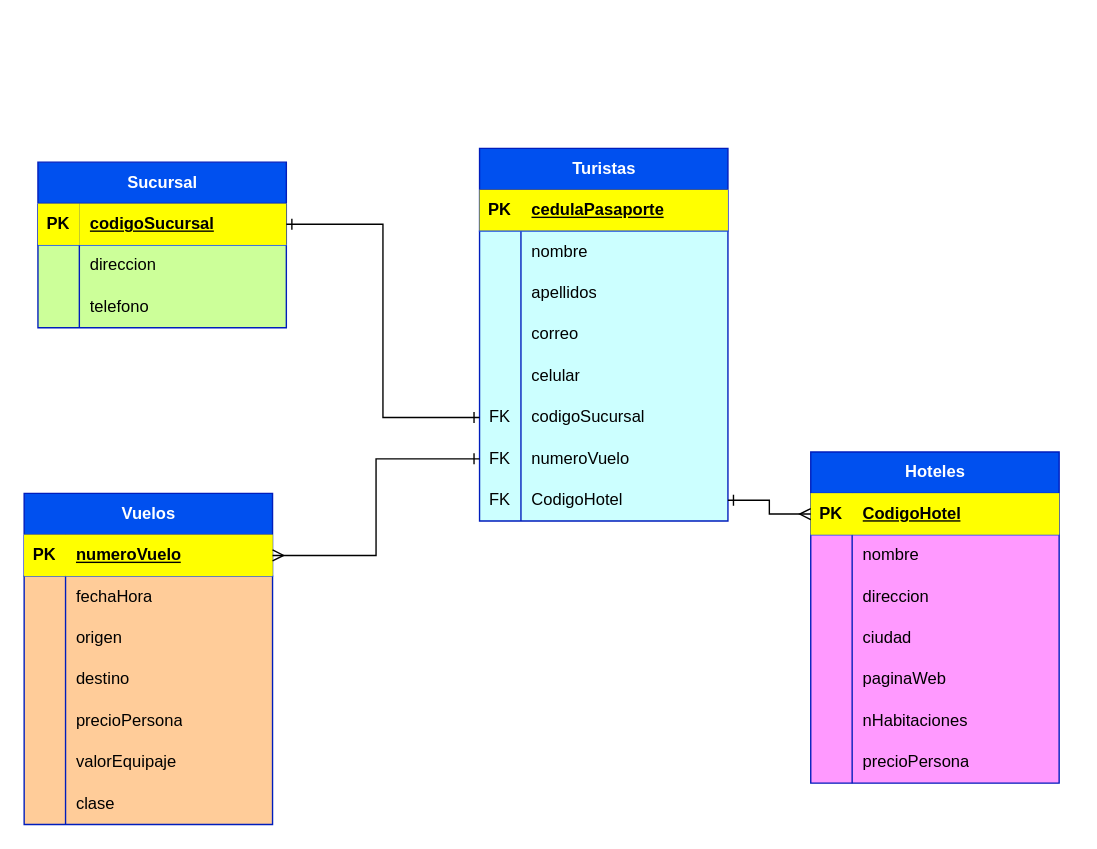
This is Procedimiento de almacenamiento/AgenciaViajes/Diagrama/Cordoba_Agualimpia_Obed_Agencia.drawio from Creator125/Practicas-BD-Cesde, a draw.io file, before an edit. Source tidied: cells renumbered, new cells numbered last; positions are measured from the earlier drawing's top-left corner, leaving out a move shared by most shapes. Both pictures are drawn from the tidied source at 138%, with x=0, y=0 at pixel (23, 148).
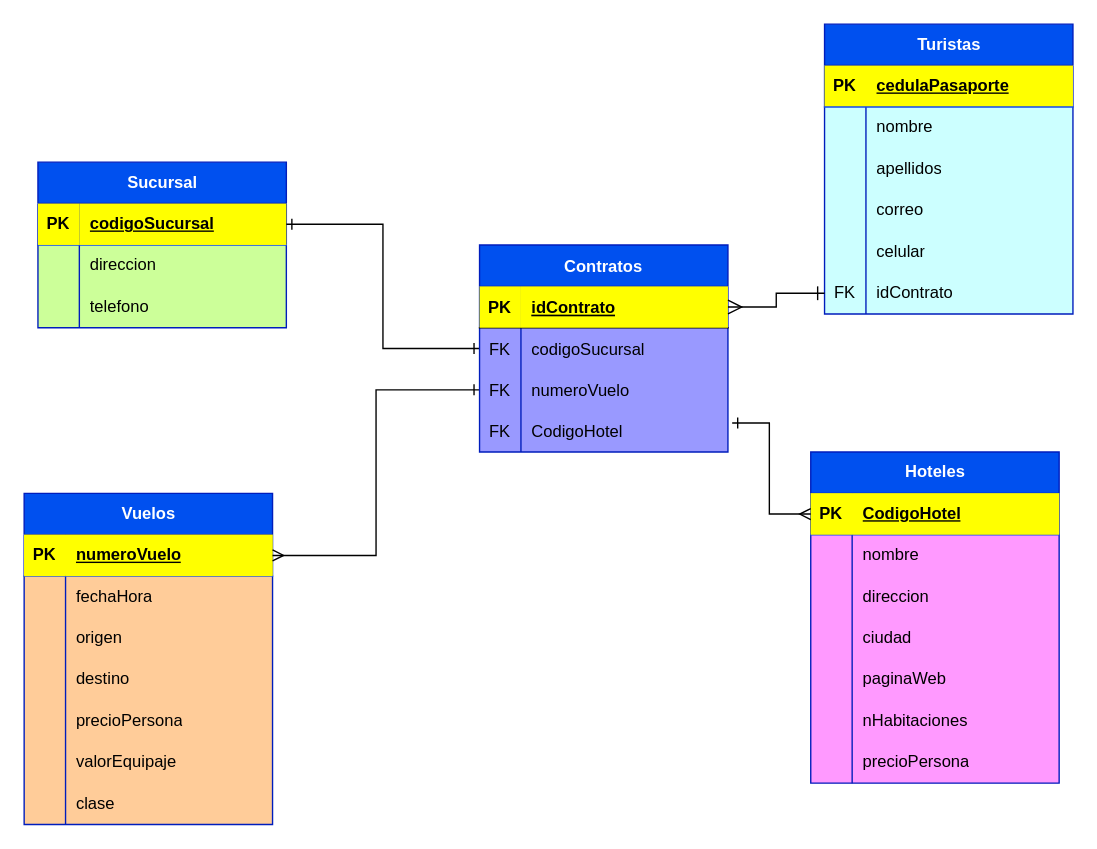
After the change.

Unchanged cells that the change refers to:
```xml
<mxCell id="3" style="shape=tableRow;horizontal=0;startSize=0;swimlaneHead=0;swimlaneBody=0;fillColor=none;points=[[0,0.5],[1,0.5]];portConstraint=eastwest;top=0;left=0;right=0;bottom=1;strokeColor=#144AEB;" parent="2" vertex="1">
  <mxGeometry y="30" width="180" height="30" as="geometry" />
</mxCell>
<mxCell id="13" style="shape=tableRow;horizontal=0;startSize=0;swimlaneHead=0;swimlaneBody=0;fillColor=#FFFF00;points=[[0,0.5],[1,0.5]];portConstraint=eastwest;top=0;left=0;right=0;bottom=1;fontColor=#000000;strokeColor=#144AEB;" parent="12" vertex="1">
  <mxGeometry y="30" width="180" height="30" as="geometry" />
</mxCell>
<mxCell id="35" style="shape=tableRow;horizontal=0;startSize=0;swimlaneHead=0;swimlaneBody=0;fillColor=#FFFF00;points=[[0,0.5],[1,0.5]];portConstraint=eastwest;top=0;left=0;right=0;bottom=1;fontColor=#000000;strokeColor=#144AEB;" parent="34" vertex="1">
  <mxGeometry y="30" width="180" height="30" as="geometry" />
</mxCell>
<mxCell id="72" style="shape=tableRow;horizontal=0;startSize=0;swimlaneHead=0;swimlaneBody=0;fillColor=none;points=[[0,0.5],[1,0.5]];portConstraint=eastwest;top=0;left=0;right=0;bottom=0;fontColor=#000000;" parent="56" vertex="1">
  <mxGeometry y="180" width="180" height="30" as="geometry" />
</mxCell>
```

What changed in the source:
```diff
@@
     <mxCell id="56" value="Turistas " style="shape=table;startSize=30;childLayout=tableLayout;rowLines=0;fontStyle=1;align=center;html=1;fillColor=#0050ef;fontColor=#ffffff;strokeColor=#001DBC;swimlaneFillColor=#CCFFFF;" parent="1" vertex="1">
-      <mxGeometry x="330" width="180" height="270" as="geometry" />
+      <mxGeometry x="580" y="-90" width="180" height="210" as="geometry" />
     </mxCell>
@@
-    <mxCell id="73" value="FK" style="shape=partialRectangle;fillColor=none;top=0;left=0;bottom=0;right=0;overflow=hidden;whiteSpace=wrap;html=1;fontColor=#000000;" parent="72" vertex="1">
-      <mxGeometry width="30" height="30" as="geometry" />
-    </mxCell>
-    <mxCell id="74" value="codigoSucursal" style="shape=partialRectangle;fillColor=none;top=0;left=0;bottom=0;right=0;align=left;spacingLeft=6;overflow=hidden;whiteSpace=wrap;html=1;fontColor=#000000;" parent="72" vertex="1">
-      <mxGeometry x="30" width="150" height="30" as="geometry" />
-    </mxCell>
-    <mxCell id="75" style="shape=tableRow;horizontal=0;startSize=0;swimlaneHead=0;swimlaneBody=0;fillColor=none;points=[[0,0.5],[1,0.5]];portConstraint=eastwest;top=0;left=0;right=0;bottom=0;fontColor=#000000;" parent="56" vertex="1">
-      <mxGeometry y="210" width="180" height="30" as="geometry" />
-    </mxCell>
-    <mxCell id="76" value="FK" style="shape=partialRectangle;fillColor=none;top=0;left=0;bottom=0;right=0;overflow=hidden;whiteSpace=wrap;html=1;fontColor=#000000;" parent="75" vertex="1">
-      <mxGeometry width="30" height="30" as="geometry" />
-    </mxCell>
-    <mxCell id="77" value="numeroVuelo" style="shape=partialRectangle;fillColor=none;top=0;left=0;bottom=0;right=0;align=left;spacingLeft=6;overflow=hidden;whiteSpace=wrap;html=1;fontColor=#000000;" parent="75" vertex="1">
-      <mxGeometry x="30" width="150" height="30" as="geometry" />
-    </mxCell>
-    <mxCell id="78" style="shape=tableRow;horizontal=0;startSize=0;swimlaneHead=0;swimlaneBody=0;fillColor=none;points=[[0,0.5],[1,0.5]];portConstraint=eastwest;top=0;left=0;right=0;bottom=0;fontColor=#000000;" parent="56" vertex="1">
-      <mxGeometry y="240" width="180" height="30" as="geometry" />
-    </mxCell>
-    <mxCell id="79" value="FK" style="shape=partialRectangle;fillColor=none;top=0;left=0;bottom=0;right=0;overflow=hidden;whiteSpace=wrap;html=1;fontColor=#000000;" parent="78" vertex="1">
-      <mxGeometry width="30" height="30" as="geometry" />
-    </mxCell>
-    <mxCell id="80" value="CodigoHotel" style="shape=partialRectangle;fillColor=none;top=0;left=0;bottom=0;right=0;align=left;spacingLeft=6;overflow=hidden;whiteSpace=wrap;html=1;fontColor=#000000;" parent="78" vertex="1">
-      <mxGeometry x="30" width="150" height="30" as="geometry" />
-    </mxCell>
+    <mxCell id="84" value="FK" style="shape=partialRectangle;fillColor=none;top=0;left=0;bottom=0;right=0;overflow=hidden;whiteSpace=wrap;html=1;fontColor=#000000;" parent="72" vertex="1">
+      <mxGeometry width="30" height="30" as="geometry" />
+    </mxCell>
+    <mxCell id="85" value="idContrato" style="shape=partialRectangle;fillColor=none;top=0;left=0;bottom=0;right=0;align=left;spacingLeft=6;overflow=hidden;whiteSpace=wrap;html=1;fontColor=#000000;" parent="72" vertex="1">
+      <mxGeometry x="30" width="150" height="30" as="geometry" />
+    </mxCell>
-    <mxCell id="81" style="edgeStyle=orthogonalEdgeStyle;rounded=0;jettySize=auto;html=1;entryX=0;entryY=0.5;entryDx=0;entryDy=0;startArrow=ERone;startFill=0;endArrow=ERone;endFill=0;" parent="1" edge="1" source="3" target="72">
+    <mxCell id="81" style="edgeStyle=orthogonalEdgeStyle;rounded=0;jettySize=auto;html=1;startArrow=ERone;startFill=0;endArrow=ERone;endFill=0;entryX=0;entryY=0.5;entryDx=0;entryDy=0;" parent="1" edge="1" source="3" target="90">
       <mxGeometry relative="1" as="geometry" />
     </mxCell>
-    <mxCell id="82" style="edgeStyle=orthogonalEdgeStyle;rounded=0;jettySize=auto;html=1;entryX=0;entryY=0.5;entryDx=0;entryDy=0;endArrow=ERone;endFill=0;startArrow=ERmany;startFill=0;" parent="1" edge="1" source="35" target="75">
+    <mxCell id="82" style="edgeStyle=orthogonalEdgeStyle;rounded=0;jettySize=auto;html=1;endArrow=ERone;endFill=0;startArrow=ERmany;startFill=0;entryX=0;entryY=0.5;entryDx=0;entryDy=0;" parent="1" edge="1" source="35" target="92">
       <mxGeometry relative="1" as="geometry" />
     </mxCell>
-    <mxCell id="83" style="edgeStyle=orthogonalEdgeStyle;rounded=0;jettySize=auto;html=1;entryX=1;entryY=0.5;entryDx=0;entryDy=0;startArrow=ERmany;startFill=0;endArrow=ERone;endFill=0;" parent="1" edge="1" source="13" target="78">
+    <mxCell id="83" style="edgeStyle=orthogonalEdgeStyle;rounded=0;jettySize=auto;html=1;startArrow=ERmany;startFill=0;endArrow=ERone;endFill=0;entryX=1.017;entryY=0.3;entryDx=0;entryDy=0;entryPerimeter=0;" parent="1" edge="1" source="13" target="94">
       <mxGeometry relative="1" as="geometry" />
     </mxCell>
+    <mxCell id="86" value="Contratos" style="shape=table;startSize=30;childLayout=tableLayout;rowLines=0;fontStyle=1;align=center;fontSize=12;fillColor=#0050ef;fontColor=#ffffff;strokeColor=#001DBC;swimlaneFillColor=#9999FF;" parent="1" vertex="1">
+      <mxGeometry x="330" y="70" width="180" height="150" as="geometry" />
+    </mxCell>
+    <mxCell id="87" style="shape=tableRow;horizontal=0;startSize=0;swimlaneHead=0;swimlaneBody=0;fillColor=none;points=[[0,0.5],[1,0.5]];portConstraint=eastwest;top=0;left=0;right=0;bottom=1;fontSize=16;" parent="86" vertex="1">
+      <mxGeometry y="30" width="180" height="30" as="geometry" />
+    </mxCell>
+    <mxCell id="88" value="PK" style="shape=partialRectangle;fillColor=#FFFF00;top=0;left=0;bottom=0;right=0;fontStyle=1;overflow=hidden;fontSize=12;fontColor=#000000;strokeColor=#000000;" parent="87" vertex="1">
+      <mxGeometry width="30" height="30" as="geometry" />
+    </mxCell>
+    <mxCell id="89" value="idContrato" style="shape=partialRectangle;fillColor=#FFFF00;top=0;left=0;bottom=0;right=0;align=left;spacingLeft=6;fontStyle=5;overflow=hidden;fontSize=12;fontColor=#000000;" parent="87" vertex="1">
+      <mxGeometry x="30" width="150" height="30" as="geometry" />
+    </mxCell>
+    <mxCell id="90" style="shape=tableRow;horizontal=0;startSize=0;swimlaneHead=0;swimlaneBody=0;fillColor=none;points=[[0,0.5],[1,0.5]];portConstraint=eastwest;top=0;left=0;right=0;bottom=0;fontSize=16;" parent="86" vertex="1">
+      <mxGeometry y="60" width="180" height="30" as="geometry" />
+    </mxCell>
+    <mxCell id="91" value="FK" style="shape=partialRectangle;fillColor=none;top=0;left=0;bottom=0;right=0;overflow=hidden;fontSize=12;fontColor=#000000;" parent="90" vertex="1">
+      <mxGeometry width="30" height="30" as="geometry" />
+    </mxCell>
+    <mxCell id="74" value="codigoSucursal" style="shape=partialRectangle;fillColor=none;top=0;left=0;bottom=0;right=0;align=left;spacingLeft=6;overflow=hidden;fontSize=12;fontColor=#000000;" parent="90" vertex="1">
+      <mxGeometry x="30" width="150" height="30" as="geometry" />
+    </mxCell>
+    <mxCell id="92" style="shape=tableRow;horizontal=0;startSize=0;swimlaneHead=0;swimlaneBody=0;fillColor=none;points=[[0,0.5],[1,0.5]];portConstraint=eastwest;top=0;left=0;right=0;bottom=0;fontSize=16;" parent="86" vertex="1">
+      <mxGeometry y="90" width="180" height="30" as="geometry" />
+    </mxCell>
+    <mxCell id="93" value="FK" style="shape=partialRectangle;fillColor=none;top=0;left=0;bottom=0;right=0;overflow=hidden;fontSize=12;fontColor=#000000;" parent="92" vertex="1">
+      <mxGeometry width="30" height="30" as="geometry" />
+    </mxCell>
+    <mxCell id="77" value="numeroVuelo" style="shape=partialRectangle;fillColor=none;top=0;left=0;bottom=0;right=0;align=left;spacingLeft=6;overflow=hidden;fontSize=12;fontColor=#000000;" parent="92" vertex="1">
+      <mxGeometry x="30" width="150" height="30" as="geometry" />
+    </mxCell>
+    <mxCell id="94" style="shape=tableRow;horizontal=0;startSize=0;swimlaneHead=0;swimlaneBody=0;fillColor=none;points=[[0,0.5],[1,0.5]];portConstraint=eastwest;top=0;left=0;right=0;bottom=0;fontSize=16;" parent="86" vertex="1">
+      <mxGeometry y="120" width="180" height="30" as="geometry" />
+    </mxCell>
+    <mxCell id="95" value="FK" style="shape=partialRectangle;fillColor=none;top=0;left=0;bottom=0;right=0;overflow=hidden;fontSize=12;fontColor=#000000;" parent="94" vertex="1">
+      <mxGeometry width="30" height="30" as="geometry" />
+    </mxCell>
+    <mxCell id="80" value="CodigoHotel" style="shape=partialRectangle;fillColor=none;top=0;left=0;bottom=0;right=0;align=left;spacingLeft=6;overflow=hidden;fontSize=12;fontColor=#000000;" parent="94" vertex="1">
+      <mxGeometry x="30" width="150" height="30" as="geometry" />
+    </mxCell>
+    <mxCell id="96" style="edgeStyle=orthogonalEdgeStyle;rounded=0;jettySize=auto;html=1;exitX=0;exitY=0.5;exitDx=0;exitDy=0;entryX=1;entryY=0.5;entryDx=0;entryDy=0;fontSize=12;startSize=8;endSize=8;startArrow=ERone;startFill=0;endArrow=ERmany;endFill=0;" parent="1" edge="1" source="72" target="87">
+      <mxGeometry relative="1" as="geometry" />
+    </mxCell>
```
